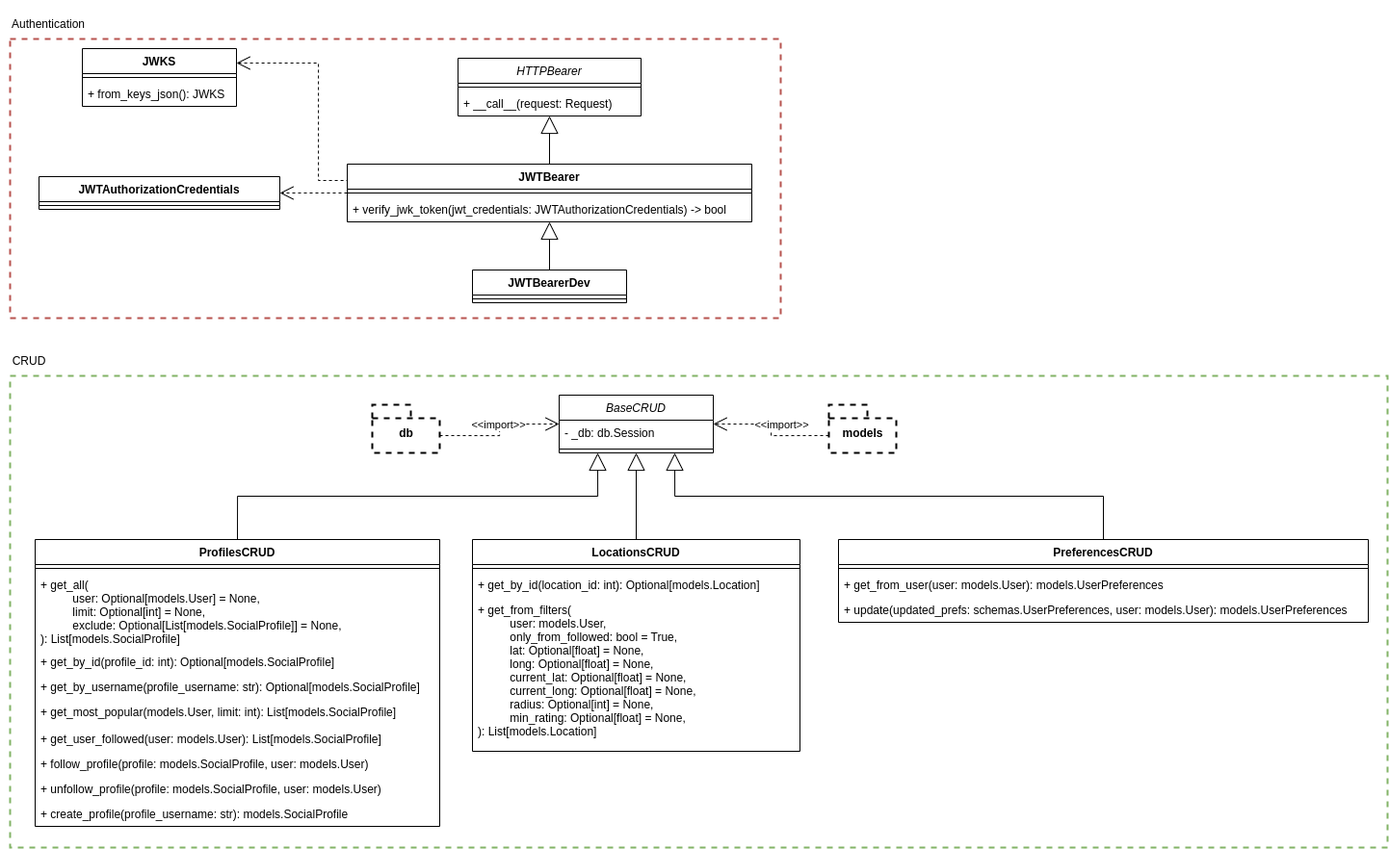
Above: src/Esterni/Specifica_Architetturale/sezioni/images/cd_api.png in Bug-s-Bunny-Team/docs (draw.io), before the change. Source tidied: cells renumbered, new cells last; positions are measured from the earlier drawing's top-left corner, leaving out a move shared by most shapes. The source it was exported from:
```xml
<mxGraphModel>
  <root>
    <mxCell id="0" />
    <mxCell id="1" parent="0" />
    <mxCell id="2" style="group;" parent="1" vertex="1">
      <mxGeometry x="10" width="800" height="330" as="geometry" />
    </mxCell>
    <mxCell id="3" style="group;" parent="2" vertex="1">
      <mxGeometry y="40" width="800" height="290" as="geometry" />
    </mxCell>
    <mxCell id="4" style="rounded=0;whiteSpace=wrap;html=1;fillColor=none;strokeColor=#b85450;dashed=1;sketch=0;glass=0;shadow=0;strokeWidth=2;" parent="3" vertex="1">
      <mxGeometry width="800" height="290" as="geometry" />
    </mxCell>
    <mxCell id="5" value="JWTAuthorizationCredentials" style="swimlane;fontStyle=1;align=center;verticalAlign=top;horizontal=1;startSize=26;" parent="3" vertex="1">
      <mxGeometry x="30" y="143" width="250" height="34" as="geometry" />
    </mxCell>
    <mxCell id="6" style="line;strokeWidth=1;fillColor=none;align=left;verticalAlign=middle;spacingTop=-1;spacingLeft=3;spacingRight=3;labelPosition=right;" parent="5" vertex="1">
      <mxGeometry y="26" width="250" height="8" as="geometry" />
    </mxCell>
    <mxCell id="7" value="JWKS" style="swimlane;fontStyle=1;align=center;verticalAlign=top;horizontal=1;startSize=26;" parent="3" vertex="1">
      <mxGeometry x="75" y="10" width="160" height="60" as="geometry" />
    </mxCell>
    <mxCell id="8" style="line;strokeWidth=1;fillColor=none;align=left;verticalAlign=middle;spacingTop=-1;spacingLeft=3;spacingRight=3;labelPosition=right;" parent="7" vertex="1">
      <mxGeometry y="26" width="160" height="8" as="geometry" />
    </mxCell>
    <mxCell id="9" value="+ from_keys_json(): JWKS" style="text;strokeColor=none;fillColor=none;align=left;verticalAlign=top;spacingLeft=4;spacingRight=4;overflow=hidden;" parent="7" vertex="1">
      <mxGeometry y="34" width="160" height="26" as="geometry" />
    </mxCell>
    <mxCell id="10" value="JWTBearer" style="swimlane;fontStyle=1;align=center;verticalAlign=top;horizontal=1;startSize=26;" parent="3" vertex="1">
      <mxGeometry x="350" y="130" width="420" height="60" as="geometry" />
    </mxCell>
    <mxCell id="11" style="line;strokeWidth=1;fillColor=none;align=left;verticalAlign=middle;spacingTop=-1;spacingLeft=3;spacingRight=3;labelPosition=right;" parent="10" vertex="1">
      <mxGeometry y="26" width="420" height="8" as="geometry" />
    </mxCell>
    <mxCell id="12" value="+ verify_jwk_token(jwt_credentials: JWTAuthorizationCredentials) -&gt; bool" style="text;strokeColor=none;fillColor=none;align=left;verticalAlign=top;spacingLeft=4;spacingRight=4;overflow=hidden;" parent="10" vertex="1">
      <mxGeometry y="34" width="420" height="26" as="geometry" />
    </mxCell>
    <mxCell id="13" value="HTTPBearer" style="swimlane;fontStyle=2;align=center;verticalAlign=top;horizontal=1;startSize=26;" parent="3" vertex="1">
      <mxGeometry x="465" y="20" width="190" height="60" as="geometry" />
    </mxCell>
    <mxCell id="14" style="line;strokeWidth=1;fillColor=none;align=left;verticalAlign=middle;spacingTop=-1;spacingLeft=3;spacingRight=3;labelPosition=right;" parent="13" vertex="1">
      <mxGeometry y="26" width="190" height="8" as="geometry" />
    </mxCell>
    <mxCell id="15" value="+ __call__(request: Request)" style="text;strokeColor=none;fillColor=none;align=left;verticalAlign=top;spacingLeft=4;spacingRight=4;overflow=hidden;" parent="13" vertex="1">
      <mxGeometry y="34" width="190" height="26" as="geometry" />
    </mxCell>
    <mxCell id="16" style="endArrow=open;endSize=12;dashed=1;html=1;rounded=0;exitX=0;exitY=0.5;exitDx=0;exitDy=0;entryX=1;entryY=0.5;entryDx=0;entryDy=0;edgeStyle=orthogonalEdgeStyle;elbow=vertical;" parent="3" edge="1" source="10" target="5">
      <mxGeometry y="-4" relative="1" as="geometry" />
    </mxCell>
    <mxCell id="17" style="endArrow=open;endSize=12;dashed=1;html=1;rounded=0;exitX=0;exitY=0.25;exitDx=0;exitDy=0;entryX=1;entryY=0.25;entryDx=0;entryDy=0;edgeStyle=orthogonalEdgeStyle;elbow=vertical;" parent="3" edge="1" source="10" target="7">
      <mxGeometry y="-4" relative="1" as="geometry">
        <Array as="points">
          <mxPoint x="350" y="147" />
          <mxPoint x="320" y="147" />
          <mxPoint x="320" y="25" />
        </Array>
      </mxGeometry>
    </mxCell>
    <mxCell id="18" value="JWTBearerDev" style="swimlane;fontStyle=1;align=center;verticalAlign=top;horizontal=1;startSize=26;" parent="3" vertex="1">
      <mxGeometry x="480" y="240" width="160" height="34" as="geometry" />
    </mxCell>
    <mxCell id="19" style="line;strokeWidth=1;fillColor=none;align=left;verticalAlign=middle;spacingTop=-1;spacingLeft=3;spacingRight=3;labelPosition=right;" parent="18" vertex="1">
      <mxGeometry y="26" width="160" height="8" as="geometry" />
    </mxCell>
    <mxCell id="20" style="endArrow=block;endSize=16;endFill=0;html=1;rounded=0;elbow=vertical;exitX=0.5;exitY=0;exitDx=0;exitDy=0;edgeStyle=orthogonalEdgeStyle;entryX=0.5;entryY=1;entryDx=0;entryDy=0;" parent="3" edge="1" source="18" target="10">
      <mxGeometry relative="1" as="geometry" />
    </mxCell>
    <mxCell id="21" style="endArrow=block;endSize=16;endFill=0;html=1;rounded=0;elbow=vertical;exitX=0.5;exitY=0;exitDx=0;exitDy=0;edgeStyle=orthogonalEdgeStyle;entryX=0.5;entryY=1;entryDx=0;entryDy=0;" parent="3" edge="1" source="10" target="13">
      <mxGeometry relative="1" as="geometry" />
    </mxCell>
    <mxCell id="22" value="Authentication" style="text;html=1;strokeColor=none;fillColor=none;align=center;verticalAlign=middle;whiteSpace=wrap;rounded=0;shadow=0;glass=0;dashed=1;sketch=0;" parent="2" vertex="1">
      <mxGeometry x="10" y="10" width="60" height="30" as="geometry" />
    </mxCell>
    <mxCell id="23" value="CRUD" style="text;html=1;strokeColor=none;fillColor=none;align=center;verticalAlign=middle;whiteSpace=wrap;rounded=0;shadow=0;glass=0;dashed=1;sketch=0;" parent="1" vertex="1">
      <mxGeometry y="360" width="60" height="30" as="geometry" />
    </mxCell>
    <mxCell id="24" value="BaseCRUD" style="swimlane;fontStyle=2;align=center;verticalAlign=top;horizontal=1;startSize=26;" parent="1" vertex="1">
      <mxGeometry x="580" y="410" width="160" height="60" as="geometry" />
    </mxCell>
    <mxCell id="25" value="- _db: db.Session" style="text;strokeColor=none;fillColor=none;align=left;verticalAlign=top;spacingLeft=4;spacingRight=4;overflow=hidden;" parent="24" vertex="1">
      <mxGeometry y="26" width="160" height="26" as="geometry" />
    </mxCell>
    <mxCell id="26" style="line;strokeWidth=1;fillColor=none;align=left;verticalAlign=middle;spacingTop=-1;spacingLeft=3;spacingRight=3;labelPosition=right;" parent="24" vertex="1">
      <mxGeometry y="52" width="160" height="8" as="geometry" />
    </mxCell>
    <mxCell id="27" value="LocationsCRUD" style="swimlane;fontStyle=1;align=center;verticalAlign=top;horizontal=1;startSize=26;" parent="1" vertex="1">
      <mxGeometry x="490" y="560" width="340" height="220" as="geometry" />
    </mxCell>
    <mxCell id="28" style="line;strokeWidth=1;fillColor=none;align=left;verticalAlign=middle;spacingTop=-1;spacingLeft=3;spacingRight=3;labelPosition=right;" parent="27" vertex="1">
      <mxGeometry y="26" width="340" height="8" as="geometry" />
    </mxCell>
    <mxCell id="29" value="+ get_by_id(location_id: int): Optional[models.Location]" style="text;strokeColor=none;fillColor=none;align=left;verticalAlign=top;spacingLeft=4;spacingRight=4;overflow=hidden;" parent="27" vertex="1">
      <mxGeometry y="34" width="340" height="26" as="geometry" />
    </mxCell>
    <mxCell id="30" value="+ get_from_filters(&#10;          user: models.User,&#10;          only_from_followed: bool = True,&#10;          lat: Optional[float] = None,&#10;          long: Optional[float] = None,&#10;          current_lat: Optional[float] = None,&#10;          current_long: Optional[float] = None,&#10;          radius: Optional[int] = None,&#10;          min_rating: Optional[float] = None,&#10;): List[models.Location]" style="text;strokeColor=none;fillColor=none;align=left;verticalAlign=top;spacingLeft=4;spacingRight=4;overflow=hidden;" parent="27" vertex="1">
      <mxGeometry y="60" width="340" height="160" as="geometry" />
    </mxCell>
    <mxCell id="31" value="ProfilesCRUD" style="swimlane;fontStyle=1;align=center;verticalAlign=top;horizontal=1;startSize=26;" parent="1" vertex="1">
      <mxGeometry x="36" y="560" width="420" height="298" as="geometry" />
    </mxCell>
    <mxCell id="32" style="line;strokeWidth=1;fillColor=none;align=left;verticalAlign=middle;spacingTop=-1;spacingLeft=3;spacingRight=3;labelPosition=right;" parent="31" vertex="1">
      <mxGeometry y="26" width="420" height="8" as="geometry" />
    </mxCell>
    <mxCell id="33" value="+ get_all(&#10;          user: Optional[models.User] = None,&#10;          limit: Optional[int] = None,&#10;          exclude: Optional[List[models.SocialProfile]] = None,&#10;): List[models.SocialProfile]" style="text;strokeColor=none;fillColor=none;align=left;verticalAlign=top;spacingLeft=4;spacingRight=4;overflow=hidden;" parent="31" vertex="1">
      <mxGeometry y="34" width="420" height="80" as="geometry" />
    </mxCell>
    <mxCell id="34" value="+ get_by_id(profile_id: int): Optional[models.SocialProfile]" style="text;strokeColor=none;fillColor=none;align=left;verticalAlign=top;spacingLeft=4;spacingRight=4;overflow=hidden;" parent="31" vertex="1">
      <mxGeometry y="114" width="420" height="26" as="geometry" />
    </mxCell>
    <mxCell id="35" value="+ get_by_username(profile_username: str): Optional[models.SocialProfile]" style="text;strokeColor=none;fillColor=none;align=left;verticalAlign=top;spacingLeft=4;spacingRight=4;overflow=hidden;html=1;" parent="31" vertex="1">
      <mxGeometry y="140" width="420" height="26" as="geometry" />
    </mxCell>
    <mxCell id="36" value="&lt;div&gt;+ get_most_popular(&lt;span style=&quot;background-color: initial;&quot;&gt;models.User, limit: int&lt;/span&gt;&lt;span style=&quot;background-color: initial;&quot;&gt;): List[models.SocialProfile]&lt;/span&gt;&lt;/div&gt;" style="text;strokeColor=none;fillColor=none;align=left;verticalAlign=top;spacingLeft=4;spacingRight=4;overflow=hidden;html=1;" parent="31" vertex="1">
      <mxGeometry y="166" width="420" height="28" as="geometry" />
    </mxCell>
    <mxCell id="37" value="+ get_user_followed(user: models.User): List[models.SocialProfile]" style="text;strokeColor=none;fillColor=none;align=left;verticalAlign=top;spacingLeft=4;spacingRight=4;overflow=hidden;html=1;" parent="31" vertex="1">
      <mxGeometry y="194" width="420" height="26" as="geometry" />
    </mxCell>
    <mxCell id="38" value="+ follow_profile(profile: models.SocialProfile, user: models.User)" style="text;strokeColor=none;fillColor=none;align=left;verticalAlign=top;spacingLeft=4;spacingRight=4;overflow=hidden;html=1;" parent="31" vertex="1">
      <mxGeometry y="220" width="420" height="26" as="geometry" />
    </mxCell>
    <mxCell id="39" value="+ unfollow_profile(profile: models.SocialProfile, user: models.User)" style="text;strokeColor=none;fillColor=none;align=left;verticalAlign=top;spacingLeft=4;spacingRight=4;overflow=hidden;html=1;" parent="31" vertex="1">
      <mxGeometry y="246" width="420" height="26" as="geometry" />
    </mxCell>
    <mxCell id="40" value="+ create_profile(profile_username: str): models.SocialProfile" style="text;strokeColor=none;fillColor=none;align=left;verticalAlign=top;spacingLeft=4;spacingRight=4;overflow=hidden;html=1;" parent="31" vertex="1">
      <mxGeometry y="272" width="420" height="26" as="geometry" />
    </mxCell>
    <mxCell id="41" value="PreferencesCRUD" style="swimlane;fontStyle=1;align=center;verticalAlign=top;horizontal=1;startSize=26;" parent="1" vertex="1">
      <mxGeometry x="870" y="560" width="550" height="86" as="geometry" />
    </mxCell>
    <mxCell id="42" style="line;strokeWidth=1;fillColor=none;align=left;verticalAlign=middle;spacingTop=-1;spacingLeft=3;spacingRight=3;labelPosition=right;" parent="41" vertex="1">
      <mxGeometry y="26" width="550" height="8" as="geometry" />
    </mxCell>
    <mxCell id="43" value="+ get_from_user(user: models.User): models.UserPreferences" style="text;strokeColor=none;fillColor=none;align=left;verticalAlign=top;spacingLeft=4;spacingRight=4;overflow=hidden;" parent="41" vertex="1">
      <mxGeometry y="34" width="550" height="26" as="geometry" />
    </mxCell>
    <mxCell id="44" value="+ update(updated_prefs: schemas.UserPreferences, user: models.User): models.UserPreferences" style="text;strokeColor=none;fillColor=none;align=left;verticalAlign=top;spacingLeft=4;spacingRight=4;overflow=hidden;" parent="41" vertex="1">
      <mxGeometry y="60" width="550" height="26" as="geometry" />
    </mxCell>
    <mxCell id="45" style="endArrow=block;endSize=16;endFill=0;html=1;rounded=0;elbow=vertical;entryX=0.25;entryY=1;entryDx=0;entryDy=0;exitX=0.5;exitY=0;exitDx=0;exitDy=0;edgeStyle=orthogonalEdgeStyle;" parent="1" edge="1" source="31" target="24">
      <mxGeometry relative="1" as="geometry" />
    </mxCell>
    <mxCell id="46" style="endArrow=block;endSize=16;endFill=0;html=1;rounded=0;elbow=vertical;entryX=0.5;entryY=1;entryDx=0;entryDy=0;exitX=0.5;exitY=0;exitDx=0;exitDy=0;edgeStyle=orthogonalEdgeStyle;" parent="1" edge="1" source="27" target="24">
      <mxGeometry relative="1" as="geometry" />
    </mxCell>
    <mxCell id="47" style="endArrow=block;endSize=16;endFill=0;html=1;rounded=0;elbow=vertical;entryX=0.75;entryY=1;entryDx=0;entryDy=0;exitX=0.5;exitY=0;exitDx=0;exitDy=0;edgeStyle=orthogonalEdgeStyle;" parent="1" edge="1" source="41" target="24">
      <mxGeometry relative="1" as="geometry" />
    </mxCell>
    <mxCell id="48" style="rounded=0;whiteSpace=wrap;html=1;fillColor=none;strokeColor=#82b366;dashed=1;sketch=0;glass=0;shadow=0;strokeWidth=2;" parent="1" vertex="1">
      <mxGeometry x="10" y="390" width="1430" height="490" as="geometry" />
    </mxCell>
    <mxCell id="49" value="models" style="shape=folder;fontStyle=1;spacingTop=10;tabWidth=40;tabHeight=14;tabPosition=left;html=1;rounded=0;shadow=0;glass=0;dashed=1;sketch=0;strokeWidth=2;fillColor=none;gradientColor=none;" parent="1" vertex="1">
      <mxGeometry x="860" y="420" width="70" height="50" as="geometry" />
    </mxCell>
    <mxCell id="50" style="endArrow=open;endSize=12;dashed=1;html=1;rounded=0;edgeStyle=orthogonalEdgeStyle;exitX=0;exitY=0;exitDx=0;exitDy=32;exitPerimeter=0;entryX=1;entryY=0.5;entryDx=0;entryDy=0;" parent="1" edge="1" source="49" target="24">
      <mxGeometry relative="1" as="geometry" />
    </mxCell>
    <mxCell id="51" value="&amp;lt;&amp;lt;import&amp;gt;&amp;gt;" style="edgeLabel;html=1;align=center;verticalAlign=middle;" parent="50" vertex="1">
      <mxGeometry x="0.21" relative="1" as="geometry">
        <mxPoint x="18" as="offset" />
      </mxGeometry>
    </mxCell>
    <mxCell id="52" value="db" style="shape=folder;fontStyle=1;spacingTop=10;tabWidth=40;tabHeight=14;tabPosition=left;html=1;rounded=0;shadow=0;glass=0;dashed=1;sketch=0;strokeWidth=2;fillColor=none;gradientColor=none;" parent="1" vertex="1">
      <mxGeometry x="386" y="420" width="70" height="50" as="geometry" />
    </mxCell>
    <mxCell id="53" style="endArrow=open;endSize=12;dashed=1;html=1;rounded=0;edgeStyle=orthogonalEdgeStyle;exitX=0;exitY=0;exitDx=70;exitDy=32;exitPerimeter=0;entryX=0;entryY=0.5;entryDx=0;entryDy=0;" parent="1" edge="1" source="52" target="24">
      <mxGeometry relative="1" as="geometry" />
    </mxCell>
    <mxCell id="54" value="&amp;lt;&amp;lt;import&amp;gt;&amp;gt;" style="edgeLabel;html=1;align=center;verticalAlign=middle;" parent="53" vertex="1">
      <mxGeometry x="0.21" relative="1" as="geometry">
        <mxPoint x="-10" as="offset" />
      </mxGeometry>
    </mxCell>
  </root>
</mxGraphModel>
```
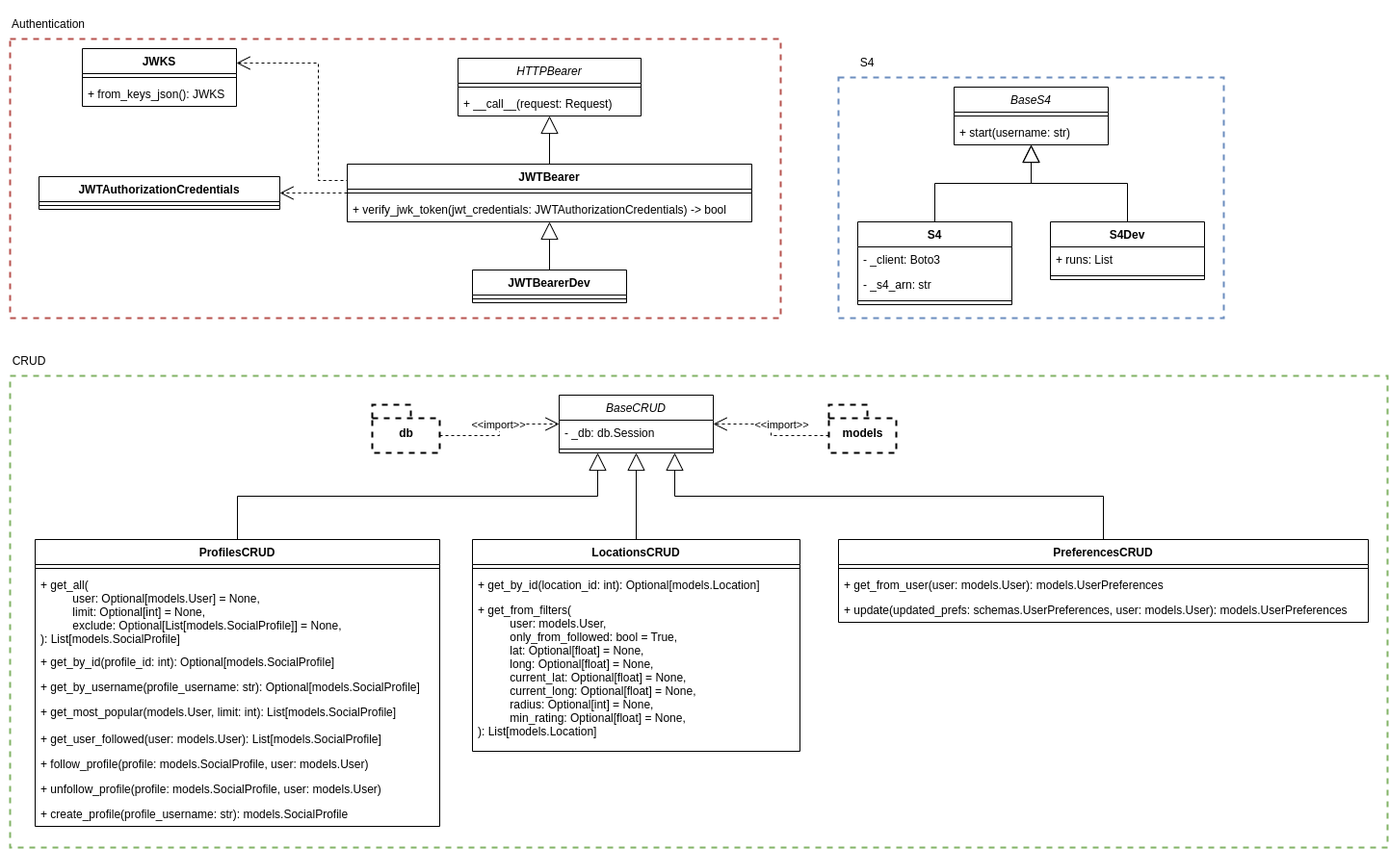
After the commit.

What changed in the source:
```diff
@@ -171,5 +171,50 @@
         <mxPoint x="-10" as="offset" />
       </mxGeometry>
     </mxCell>
+    <mxCell id="55" style="group;" parent="1" vertex="1">
+      <mxGeometry x="870" y="50" width="400" height="280" as="geometry" />
+    </mxCell>
+    <mxCell id="56" value="S4" style="swimlane;fontStyle=1;align=center;verticalAlign=top;horizontal=1;startSize=26;" parent="55" vertex="1">
+      <mxGeometry x="20" y="180" width="160" height="86" as="geometry" />
+    </mxCell>
+    <mxCell id="57" value="- _client: Boto3" style="text;strokeColor=none;fillColor=none;align=left;verticalAlign=top;spacingLeft=4;spacingRight=4;overflow=hidden;" parent="56" vertex="1">
+      <mxGeometry y="26" width="160" height="26" as="geometry" />
+    </mxCell>
+    <mxCell id="58" value="- _s4_arn: str" style="text;strokeColor=none;fillColor=none;align=left;verticalAlign=top;spacingLeft=4;spacingRight=4;overflow=hidden;" parent="56" vertex="1">
+      <mxGeometry y="52" width="160" height="26" as="geometry" />
+    </mxCell>
+    <mxCell id="59" style="line;strokeWidth=1;fillColor=none;align=left;verticalAlign=middle;spacingTop=-1;spacingLeft=3;spacingRight=3;labelPosition=right;" parent="56" vertex="1">
+      <mxGeometry y="78" width="160" height="8" as="geometry" />
+    </mxCell>
+    <mxCell id="60" value="S4Dev" style="swimlane;fontStyle=1;align=center;verticalAlign=top;horizontal=1;startSize=26;" parent="55" vertex="1">
+      <mxGeometry x="220" y="180" width="160" height="60" as="geometry" />
+    </mxCell>
+    <mxCell id="61" value="+ runs: List" style="text;strokeColor=none;fillColor=none;align=left;verticalAlign=top;spacingLeft=4;spacingRight=4;overflow=hidden;" parent="60" vertex="1">
+      <mxGeometry y="26" width="160" height="26" as="geometry" />
+    </mxCell>
+    <mxCell id="62" style="line;strokeWidth=1;fillColor=none;align=left;verticalAlign=middle;spacingTop=-1;spacingLeft=3;spacingRight=3;labelPosition=right;" parent="60" vertex="1">
+      <mxGeometry y="52" width="160" height="8" as="geometry" />
+    </mxCell>
+    <mxCell id="63" value="BaseS4" style="swimlane;fontStyle=2;align=center;verticalAlign=top;horizontal=1;startSize=26;" parent="55" vertex="1">
+      <mxGeometry x="120" y="40" width="160" height="60" as="geometry" />
+    </mxCell>
+    <mxCell id="64" style="line;strokeWidth=1;fillColor=none;align=left;verticalAlign=middle;spacingTop=-1;spacingLeft=3;spacingRight=3;labelPosition=right;" parent="63" vertex="1">
+      <mxGeometry y="26" width="160" height="8" as="geometry" />
+    </mxCell>
+    <mxCell id="65" value="+ start(username: str)" style="text;strokeColor=none;fillColor=none;align=left;verticalAlign=top;spacingLeft=4;spacingRight=4;overflow=hidden;" parent="63" vertex="1">
+      <mxGeometry y="34" width="160" height="26" as="geometry" />
+    </mxCell>
+    <mxCell id="66" style="endArrow=block;endSize=16;endFill=0;html=1;rounded=0;entryX=0.5;entryY=1;entryDx=0;entryDy=0;exitX=0.5;exitY=0;exitDx=0;exitDy=0;edgeStyle=orthogonalEdgeStyle;" parent="55" edge="1" source="56" target="63">
+      <mxGeometry y="-20" relative="1" as="geometry" />
+    </mxCell>
+    <mxCell id="67" style="endArrow=block;endSize=16;endFill=0;html=1;rounded=0;entryX=0.5;entryY=1;entryDx=0;entryDy=0;exitX=0.5;exitY=0;exitDx=0;exitDy=0;edgeStyle=orthogonalEdgeStyle;" parent="55" edge="1" source="60" target="63">
+      <mxGeometry y="-20" relative="1" as="geometry" />
+    </mxCell>
+    <mxCell id="68" style="rounded=0;whiteSpace=wrap;html=1;fillColor=none;strokeColor=#6c8ebf;strokeWidth=2;dashed=1;" parent="55" vertex="1">
+      <mxGeometry y="30" width="400" height="250" as="geometry" />
+    </mxCell>
+    <mxCell id="69" value="S4" style="text;html=1;strokeColor=none;fillColor=none;align=center;verticalAlign=middle;whiteSpace=wrap;rounded=0;dashed=1;" parent="55" vertex="1">
+      <mxGeometry width="60" height="30" as="geometry" />
+    </mxCell>
   </root>
 </mxGraphModel>
```
